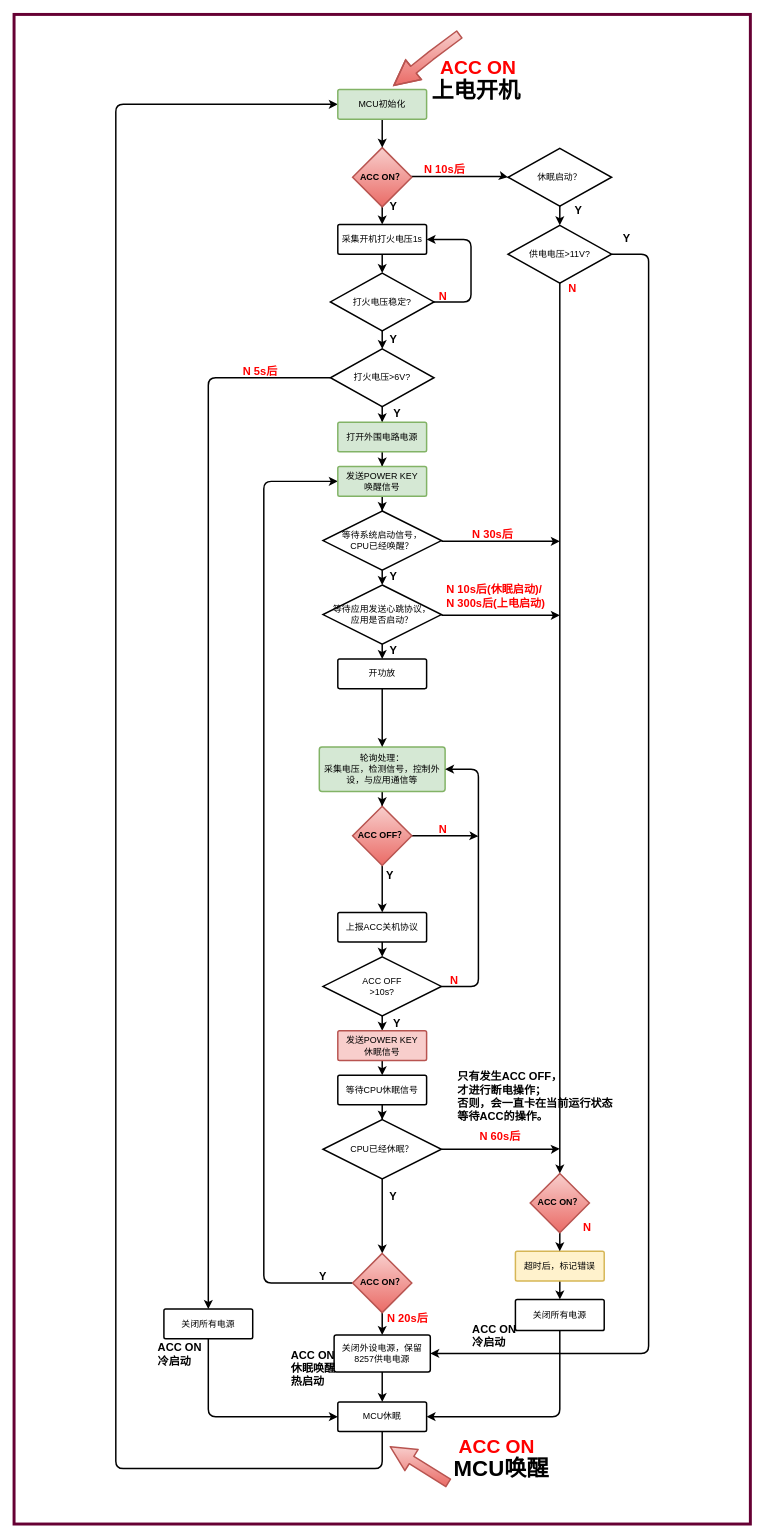
Above: page "第 2 页" (2 of 3) of 009_XIUMING.drawio in yintianlan/Picture_Draw (draw.io), before the change. Source tidied: cells renumbered, new cells numbered last; positions are measured from the earlier drawing's top-left corner, leaving out a move shared by most shapes. Both pictures are drawn from the tidied source at 74%, with x=0, y=0 at pixel (13, 14).
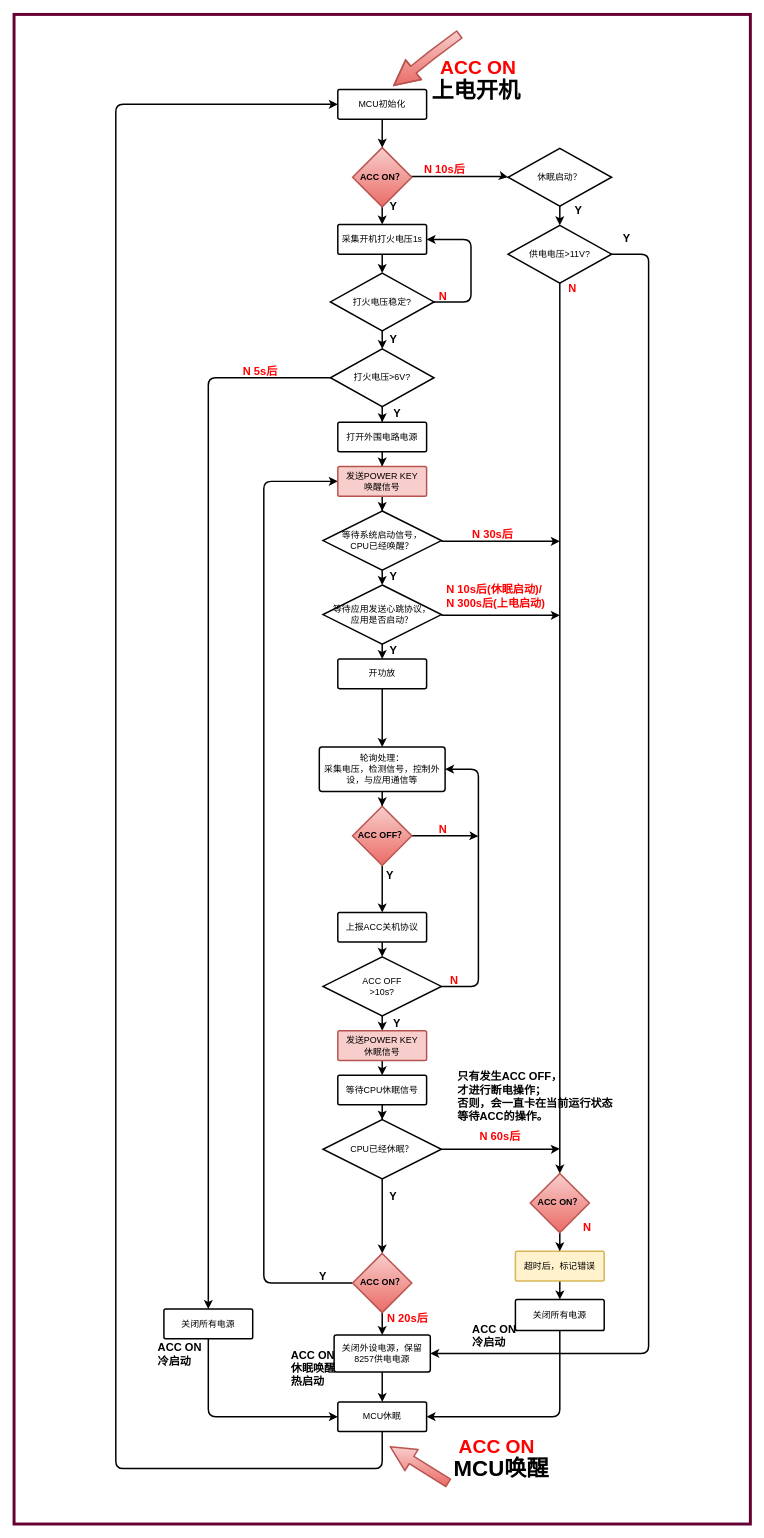
The same page after the edit.

The edit, as a diff of the source:
```diff
@@
-    <mxCell id="11" value="打开外围电路电源" style="strokeWidth=2;html=1;shape=mxgraph.flowchart.process;whiteSpace=wrap;fontFamily=Helvetica;align=center;fillColor=#d5e8d4;strokeColor=#82b366;" parent="1" vertex="1">
+    <mxCell id="11" value="打开外围电路电源" style="strokeWidth=2;html=1;shape=mxgraph.flowchart.process;whiteSpace=wrap;fontFamily=Helvetica;align=center;" parent="1" vertex="1">
       <mxGeometry x="438" y="551" width="120" height="40" as="geometry" />
     </mxCell>
@@
-    <mxCell id="18" value="轮询处理：&lt;br&gt;采集电压，检测信号，控制外设，与应用通信等" style="strokeWidth=2;html=1;shape=mxgraph.flowchart.process;whiteSpace=wrap;fillColor=#d5e8d4;fontFamily=Helvetica;align=center;strokeColor=#82b366;" parent="1" vertex="1">
+    <mxCell id="18" value="轮询处理：&lt;br&gt;采集电压，检测信号，控制外设，与应用通信等" style="strokeWidth=2;html=1;shape=mxgraph.flowchart.process;whiteSpace=wrap;fontFamily=Helvetica;align=center;" parent="1" vertex="1">
       <mxGeometry x="413" y="990" width="170" height="60" as="geometry" />
     </mxCell>
@@
-    <mxCell id="36" value="MCU初始化" style="strokeWidth=2;html=1;shape=mxgraph.flowchart.process;whiteSpace=wrap;fillColor=#d5e8d4;fontFamily=Helvetica;align=center;strokeColor=#82b366;" parent="1" vertex="1">
+    <mxCell id="36" value="MCU初始化" style="strokeWidth=2;html=1;shape=mxgraph.flowchart.process;whiteSpace=wrap;fontFamily=Helvetica;align=center;" parent="1" vertex="1">
       <mxGeometry x="438" y="101.5" width="120" height="40" as="geometry" />
     </mxCell>
@@
-    <mxCell id="61" value="发送POWER KEY&lt;br&gt;唤醒信号" style="strokeWidth=2;html=1;shape=mxgraph.flowchart.process;whiteSpace=wrap;fillColor=#d5e8d4;fontFamily=Helvetica;align=center;strokeColor=#82b366;" parent="1" vertex="1">
+    <mxCell id="61" value="发送POWER KEY&lt;br&gt;唤醒信号" style="strokeWidth=2;html=1;shape=mxgraph.flowchart.process;whiteSpace=wrap;fillColor=#f8cecc;fontFamily=Helvetica;align=center;strokeColor=#b85450;" parent="1" vertex="1">
       <mxGeometry x="438" y="611" width="120" height="40" as="geometry" />
     </mxCell>
```
